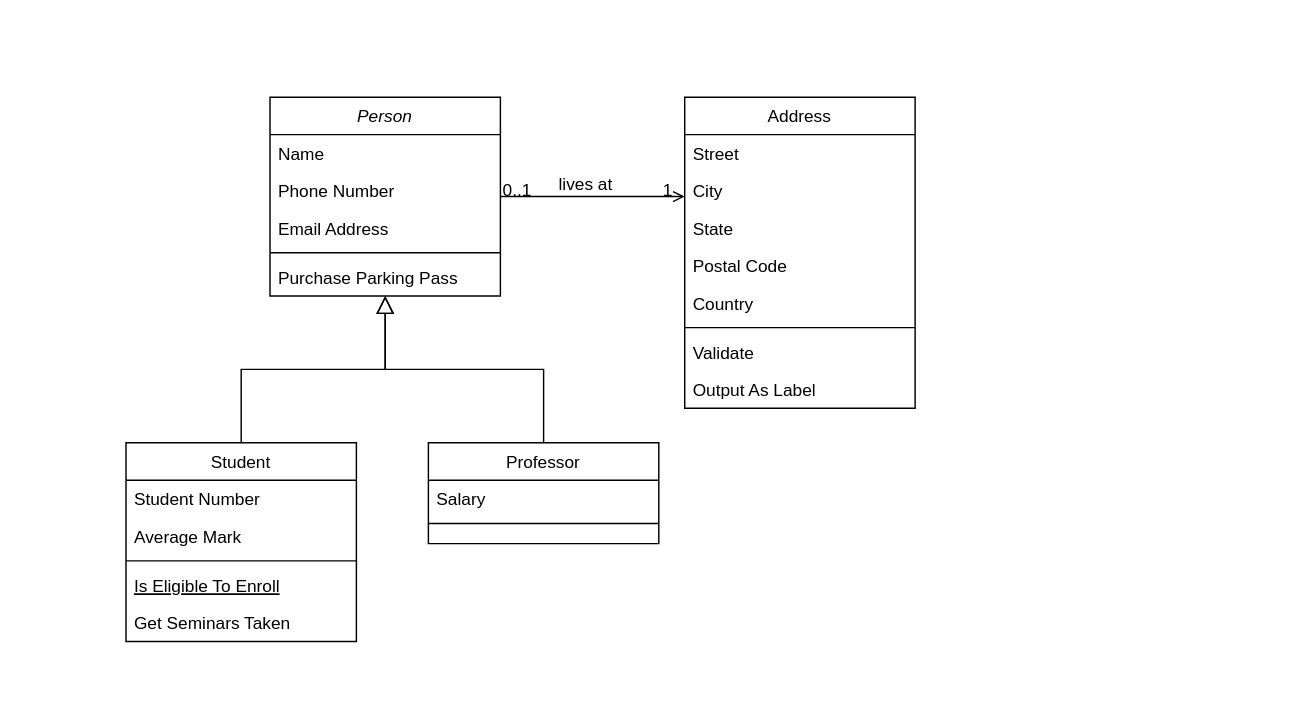
The draw.io diagram Diagrama sem nome.drawio in save-and-eat/save-n-eat-schemas, before the edit. Source tidied: cells renumbered, new cells numbered last; positions are measured from the earlier drawing's top-left corner, leaving out a move shared by most shapes. Both pictures are drawn from the tidied source at 144%, with x=0, y=0 at pixel (125, 96).
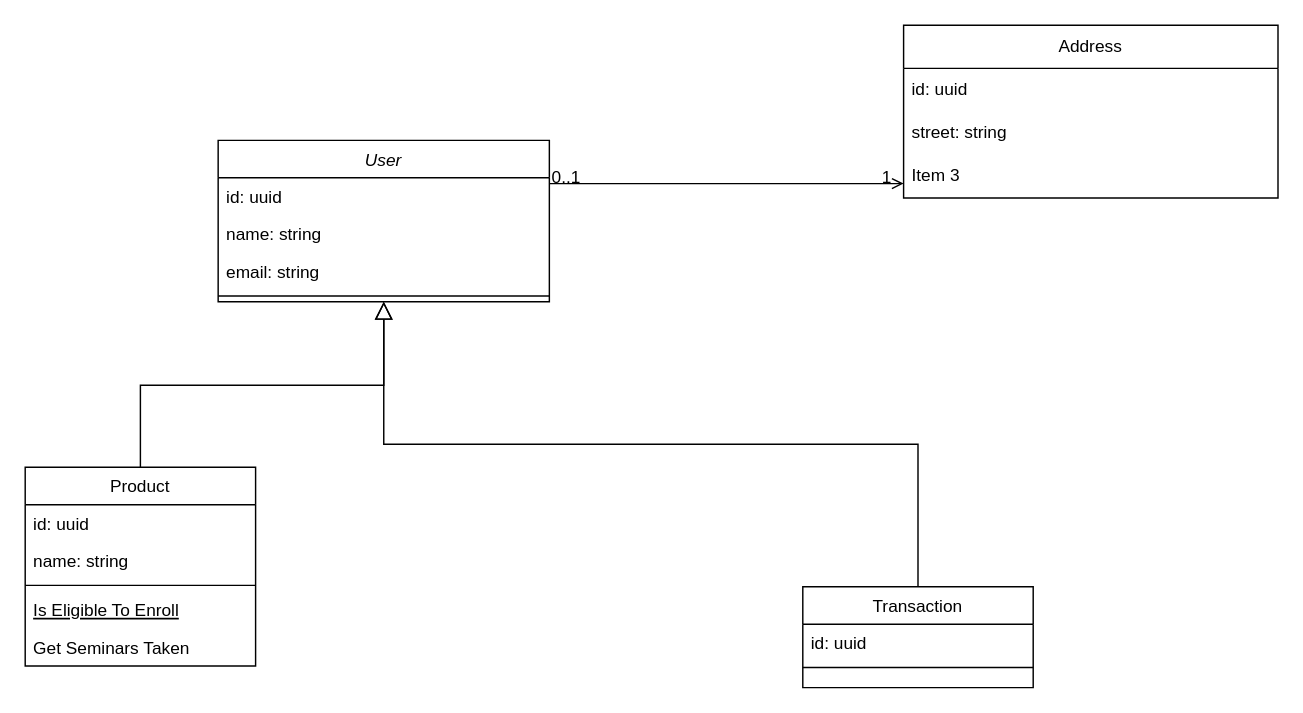
The same page after the edit.

Commit message:
feature: uml class

What changed in the source:
```diff
@@
-    <mxCell id="2" value="Person" style="swimlane;fontStyle=2;align=center;verticalAlign=top;horizontal=1;startSize=26;rounded=0;shadow=0;strokeWidth=1;" parent="1" vertex="1">
-      <mxGeometry x="100" width="160" height="138" as="geometry" />
+    <mxCell id="2" value="User" style="swimlane;fontStyle=2;align=center;verticalAlign=top;horizontal=1;startSize=26;rounded=0;shadow=0;strokeWidth=1;" parent="1" vertex="1">
+      <mxGeometry x="64" y="30" width="230" height="112" as="geometry" />
     </mxCell>
-    <mxCell id="3" value="Name" style="text;align=left;verticalAlign=top;spacingLeft=4;spacingRight=4;overflow=hidden;" parent="2" vertex="1">
-      <mxGeometry y="26" width="160" height="26" as="geometry" />
+    <mxCell id="3" value="id: uuid" style="text;align=left;verticalAlign=top;spacingLeft=4;spacingRight=4;overflow=hidden;" parent="2" vertex="1">
+      <mxGeometry y="26" width="230" height="26" as="geometry" />
     </mxCell>
-    <mxCell id="4" value="Phone Number" style="text;align=left;verticalAlign=top;spacingLeft=4;spacingRight=4;overflow=hidden;rounded=0;shadow=0;html=0;" parent="2" vertex="1">
-      <mxGeometry y="52" width="160" height="26" as="geometry" />
+    <mxCell id="4" value="name: string" style="text;align=left;verticalAlign=top;spacingLeft=4;spacingRight=4;overflow=hidden;rounded=0;shadow=0;html=0;" parent="2" vertex="1">
+      <mxGeometry y="52" width="230" height="26" as="geometry" />
     </mxCell>
-    <mxCell id="5" value="Email Address" style="text;align=left;verticalAlign=top;spacingLeft=4;spacingRight=4;overflow=hidden;rounded=0;shadow=0;html=0;" parent="2" vertex="1">
-      <mxGeometry y="78" width="160" height="26" as="geometry" />
+    <mxCell id="5" value="email: string" style="text;align=left;verticalAlign=top;spacingLeft=4;spacingRight=4;overflow=hidden;rounded=0;shadow=0;html=0;" parent="2" vertex="1">
+      <mxGeometry y="78" width="230" height="26" as="geometry" />
     </mxCell>
     <mxCell id="6" style="line;html=1;strokeWidth=1;align=left;verticalAlign=middle;spacingTop=-1;spacingLeft=3;spacingRight=3;labelPosition=right;" parent="2" vertex="1">
-      <mxGeometry y="104" width="160" height="8" as="geometry" />
+      <mxGeometry y="104" width="230" height="8" as="geometry" />
     </mxCell>
-    <mxCell id="7" value="Purchase Parking Pass" style="text;align=left;verticalAlign=top;spacingLeft=4;spacingRight=4;overflow=hidden;" parent="2" vertex="1">
-      <mxGeometry y="112" width="160" height="26" as="geometry" />
-    </mxCell>
-    <mxCell id="8" value="Student" style="swimlane;fontStyle=0;align=center;verticalAlign=top;horizontal=1;startSize=26;rounded=0;shadow=0;strokeWidth=1;" parent="1" vertex="1">
-      <mxGeometry y="240" width="160" height="138" as="geometry" />
+    <mxCell id="8" value="Product" style="swimlane;fontStyle=0;align=center;verticalAlign=top;horizontal=1;startSize=26;rounded=0;shadow=0;strokeWidth=1;" parent="1" vertex="1">
+      <mxGeometry x="-70" y="257" width="160" height="138" as="geometry" />
     </mxCell>
-    <mxCell id="9" value="Student Number" style="text;align=left;verticalAlign=top;spacingLeft=4;spacingRight=4;overflow=hidden;" parent="8" vertex="1">
+    <mxCell id="9" value="id: uuid" style="text;align=left;verticalAlign=top;spacingLeft=4;spacingRight=4;overflow=hidden;" parent="8" vertex="1">
       <mxGeometry y="26" width="160" height="26" as="geometry" />
     </mxCell>
-    <mxCell id="10" value="Average Mark" style="text;align=left;verticalAlign=top;spacingLeft=4;spacingRight=4;overflow=hidden;rounded=0;shadow=0;html=0;" parent="8" vertex="1">
+    <mxCell id="10" value="name: string" style="text;align=left;verticalAlign=top;spacingLeft=4;spacingRight=4;overflow=hidden;rounded=0;shadow=0;html=0;" parent="8" vertex="1">
       <mxGeometry y="52" width="160" height="26" as="geometry" />
     </mxCell>
@@
-    <mxCell id="15" value="Professor" style="swimlane;fontStyle=0;align=center;verticalAlign=top;horizontal=1;startSize=26;rounded=0;shadow=0;strokeWidth=1;" parent="1" vertex="1">
-      <mxGeometry x="210" y="240" width="160" height="70" as="geometry" />
+    <mxCell id="15" value="Transaction" style="swimlane;fontStyle=0;align=center;verticalAlign=top;horizontal=1;startSize=26;rounded=0;shadow=0;strokeWidth=1;" parent="1" vertex="1">
+      <mxGeometry x="470" y="340" width="160" height="70" as="geometry" />
     </mxCell>
-    <mxCell id="16" value="Salary" style="text;align=left;verticalAlign=top;spacingLeft=4;spacingRight=4;overflow=hidden;" parent="15" vertex="1">
+    <mxCell id="16" value="id: uuid" style="text;align=left;verticalAlign=top;spacingLeft=4;spacingRight=4;overflow=hidden;" parent="15" vertex="1">
       <mxGeometry y="26" width="160" height="26" as="geometry" />
     </mxCell>
@@
-    <mxCell id="19" value="Address" style="swimlane;fontStyle=0;align=center;verticalAlign=top;horizontal=1;startSize=26;rounded=0;shadow=0;strokeWidth=1;" parent="1" vertex="1">
-      <mxGeometry x="388" width="160" height="216" as="geometry" />
-    </mxCell>
-    <mxCell id="20" value="Street" style="text;align=left;verticalAlign=top;spacingLeft=4;spacingRight=4;overflow=hidden;" parent="19" vertex="1">
-      <mxGeometry y="26" width="160" height="26" as="geometry" />
-    </mxCell>
-    <mxCell id="21" value="City" style="text;align=left;verticalAlign=top;spacingLeft=4;spacingRight=4;overflow=hidden;rounded=0;shadow=0;html=0;" parent="19" vertex="1">
-      <mxGeometry y="52" width="160" height="26" as="geometry" />
-    </mxCell>
-    <mxCell id="22" value="State" style="text;align=left;verticalAlign=top;spacingLeft=4;spacingRight=4;overflow=hidden;rounded=0;shadow=0;html=0;" parent="19" vertex="1">
-      <mxGeometry y="78" width="160" height="26" as="geometry" />
-    </mxCell>
-    <mxCell id="23" value="Postal Code" style="text;align=left;verticalAlign=top;spacingLeft=4;spacingRight=4;overflow=hidden;rounded=0;shadow=0;html=0;" parent="19" vertex="1">
-      <mxGeometry y="104" width="160" height="26" as="geometry" />
-    </mxCell>
-    <mxCell id="24" value="Country" style="text;align=left;verticalAlign=top;spacingLeft=4;spacingRight=4;overflow=hidden;rounded=0;shadow=0;html=0;" parent="19" vertex="1">
-      <mxGeometry y="130" width="160" height="26" as="geometry" />
-    </mxCell>
-    <mxCell id="25" style="line;html=1;strokeWidth=1;align=left;verticalAlign=middle;spacingTop=-1;spacingLeft=3;spacingRight=3;labelPosition=right;" parent="19" vertex="1">
-      <mxGeometry y="156" width="160" height="8" as="geometry" />
-    </mxCell>
-    <mxCell id="26" value="Validate" style="text;align=left;verticalAlign=top;spacingLeft=4;spacingRight=4;overflow=hidden;" parent="19" vertex="1">
-      <mxGeometry y="164" width="160" height="26" as="geometry" />
-    </mxCell>
-    <mxCell id="27" value="Output As Label" style="text;align=left;verticalAlign=top;spacingLeft=4;spacingRight=4;overflow=hidden;" parent="19" vertex="1">
-      <mxGeometry y="190" width="160" height="26" as="geometry" />
-    </mxCell>
-    <mxCell id="28" style="endArrow=open;shadow=0;strokeWidth=1;rounded=0;curved=0;endFill=1;edgeStyle=elbowEdgeStyle;elbow=vertical;" parent="1" edge="1" source="2" target="19">
+    <mxCell id="28" style="endArrow=open;shadow=0;strokeWidth=1;rounded=0;curved=0;endFill=1;edgeStyle=elbowEdgeStyle;elbow=vertical;" parent="1" edge="1" source="2">
       <mxGeometry x="0.5" y="41" relative="1" as="geometry">
+        <mxPoint x="540" y="60" as="targetPoint" />
         <mxPoint x="-40" y="32" as="offset" />
       </mxGeometry>
     </mxCell>
@@
-    <mxCell id="31" value="lives at" style="text;html=1;align=center;verticalAlign=middle;labelBackgroundColor=none;rounded=0;shadow=0;strokeWidth=1;fontSize=12;" parent="28" vertex="1">
-      <mxGeometry x="0.5" y="49" relative="1" as="geometry">
-        <mxPoint x="-38" y="40" as="offset" />
-      </mxGeometry>
-    </mxCell>
+    <mxCell id="19" value="Address" style="swimlane;fontStyle=0;horizontal=1;startSize=30;whiteSpace=wrap;html=1;" parent="1" vertex="1">
+      <mxGeometry x="540" y="-50" width="260" height="120" as="geometry" />
+    </mxCell>
+    <mxCell id="32" value="id: uuid" style="text;strokeColor=none;fillColor=none;align=left;verticalAlign=middle;spacingLeft=4;spacingRight=4;overflow=hidden;whiteSpace=wrap;html=1;" parent="19" vertex="1">
+      <mxGeometry y="30" width="260" height="30" as="geometry" />
+    </mxCell>
+    <mxCell id="33" value="street: string" style="text;strokeColor=none;fillColor=none;align=left;verticalAlign=middle;spacingLeft=4;spacingRight=4;overflow=hidden;whiteSpace=wrap;html=1;" parent="19" vertex="1">
+      <mxGeometry y="60" width="260" height="30" as="geometry" />
+    </mxCell>
+    <mxCell id="34" value="Item 3" style="text;strokeColor=none;fillColor=none;align=left;verticalAlign=middle;spacingLeft=4;spacingRight=4;overflow=hidden;whiteSpace=wrap;html=1;" parent="19" vertex="1">
+      <mxGeometry y="90" width="260" height="30" as="geometry" />
+    </mxCell>
```
